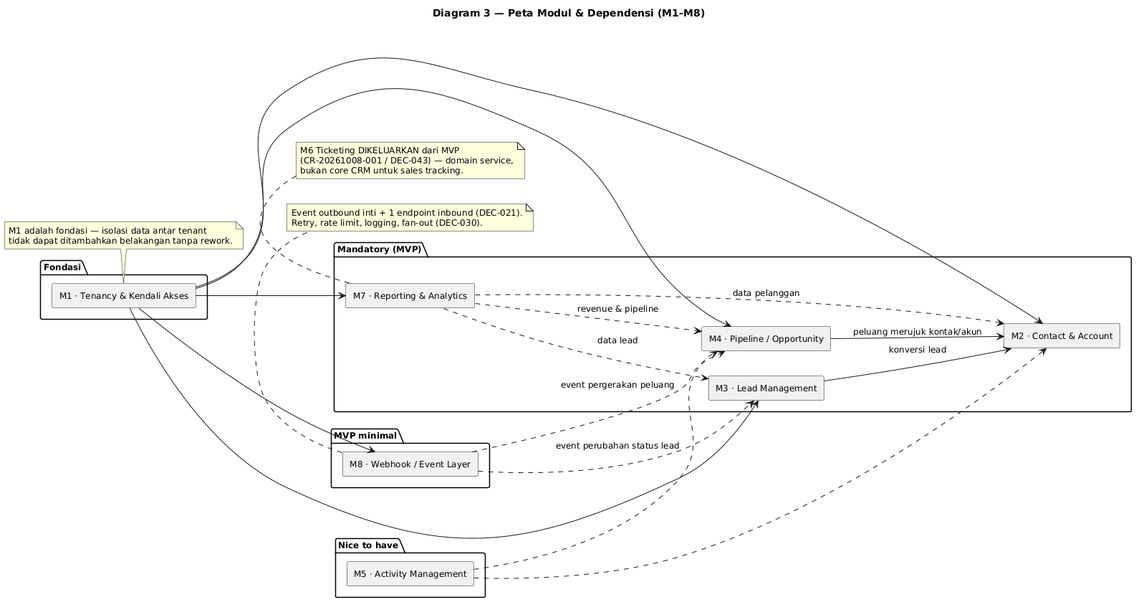
This is knowledge/projects/bootcamp-crm/requirements/brd/diagrams/03-peta-modul.png from yudha-tlab/ai-os-knowledge, a PlantUML export, as it was before one commit.
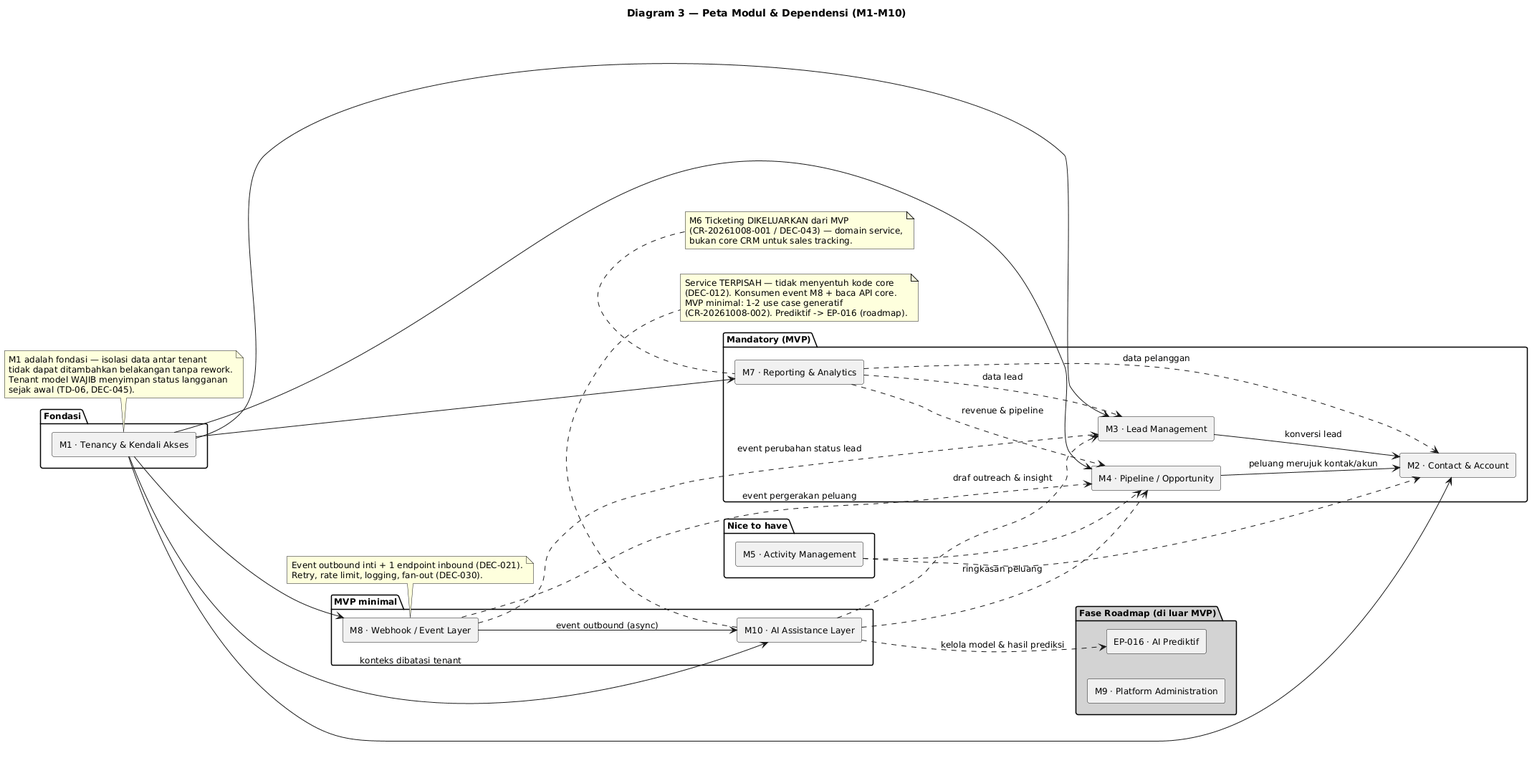
After the commit.

Change to the diagram source:
```diff
@@ -1,5 +1,5 @@
 @startuml
-title Diagram 3 — Peta Modul & Dependensi (M1-M8)
+title Diagram 3 — Peta Modul & Dependensi (M1-M10)
 
 skinparam shadowing false
 skinparam componentStyle rectangle
@@ -19,10 +19,16 @@
 
 package "MVP minimal" {
   [M8 · Webhook / Event Layer] as M8
+  [M10 · AI Assistance Layer] as M10
 }
 
 package "Nice to have" {
   [M5 · Activity Management] as M5
+}
+
+package "Fase Roadmap (di luar MVP)" #LightGray {
+  [M9 · Platform Administration] as M9
+  [EP-016 · AI Prediktif] as AIP
 }
 
 M1 --> M2
@@ -30,6 +36,7 @@
 M1 --> M4
 M1 --> M7
 M1 --> M8
+M1 --> M10 : konteks dibatasi tenant
 
 M3 --> M2 : konversi lead
 M4 --> M2 : peluang merujuk kontak/akun
@@ -41,14 +48,28 @@
 M8 ..> M3 : event perubahan status lead
 M8 ..> M4 : event pergerakan peluang
 
+M8 --> M10 : event outbound (async)
+M10 ..> M3 : draf outreach & insight
+M10 ..> M4 : ringkasan peluang
+M10 ..> AIP : kelola model & hasil prediksi
+
 note bottom of M1
   M1 adalah fondasi — isolasi data antar tenant
   tidak dapat ditambahkan belakangan tanpa rework.
+  Tenant model WAJIB menyimpan status langganan
+  sejak awal (TD-06, DEC-045).
 end note
 
 note bottom of M8
   Event outbound inti + 1 endpoint inbound (DEC-021).
   Retry, rate limit, logging, fan-out (DEC-030).
+end note
+
+note bottom of M10
+  Service TERPISAH — tidak menyentuh kode core
+  (DEC-012). Konsumen event M8 + baca API core.
+  MVP minimal: 1-2 use case generatif
+  (CR-20261008-002). Prediktif -> EP-016 (roadmap).
 end note
 
 note top of M7
```
